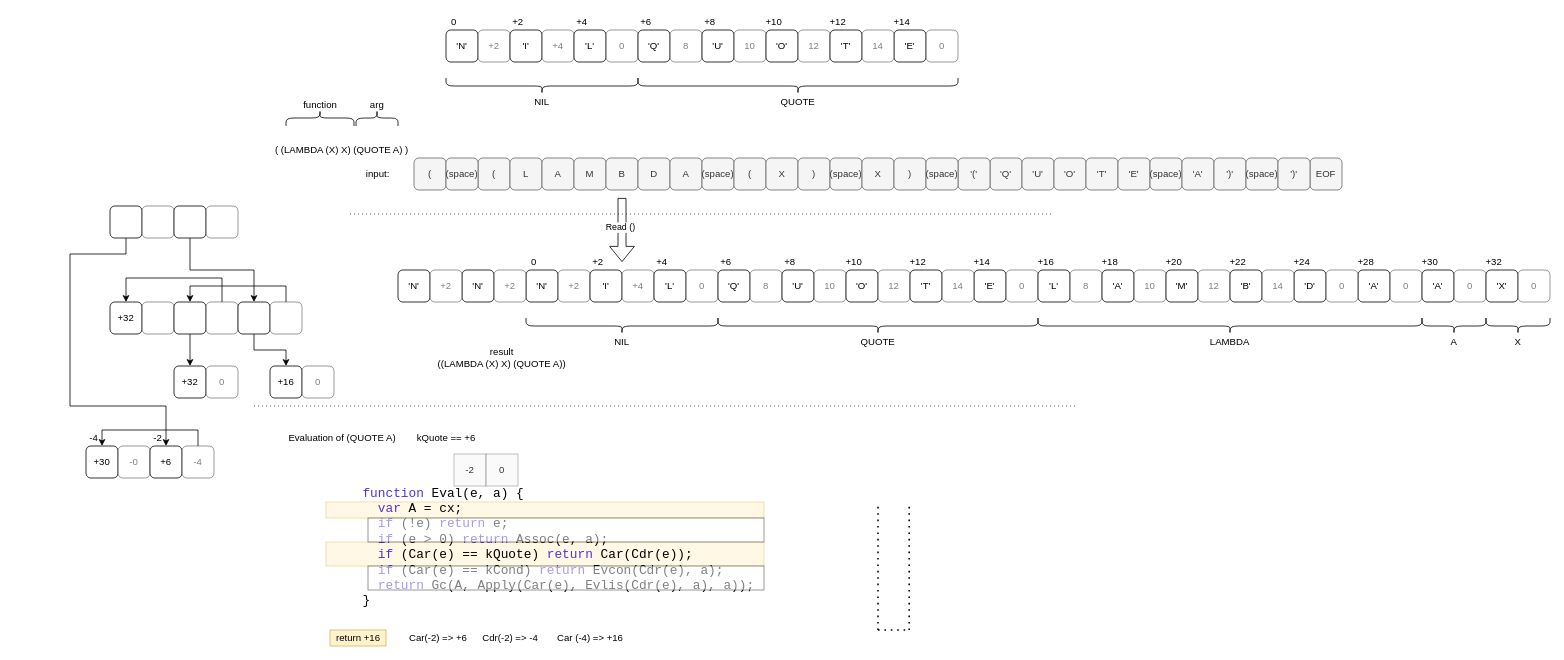
This is page "dep trace 2" (5 of 10) of SectorLisp.drawio from guitarvydas/ptsectorlisp, a draw.io file, before an edit. Source tidied: cells renumbered, new cells numbered last; positions are measured from the earlier drawing's top-left corner, leaving out a move shared by most shapes. Both pictures are drawn from the tidied source at 80%, with x=0, y=0 at pixel (70, -74).
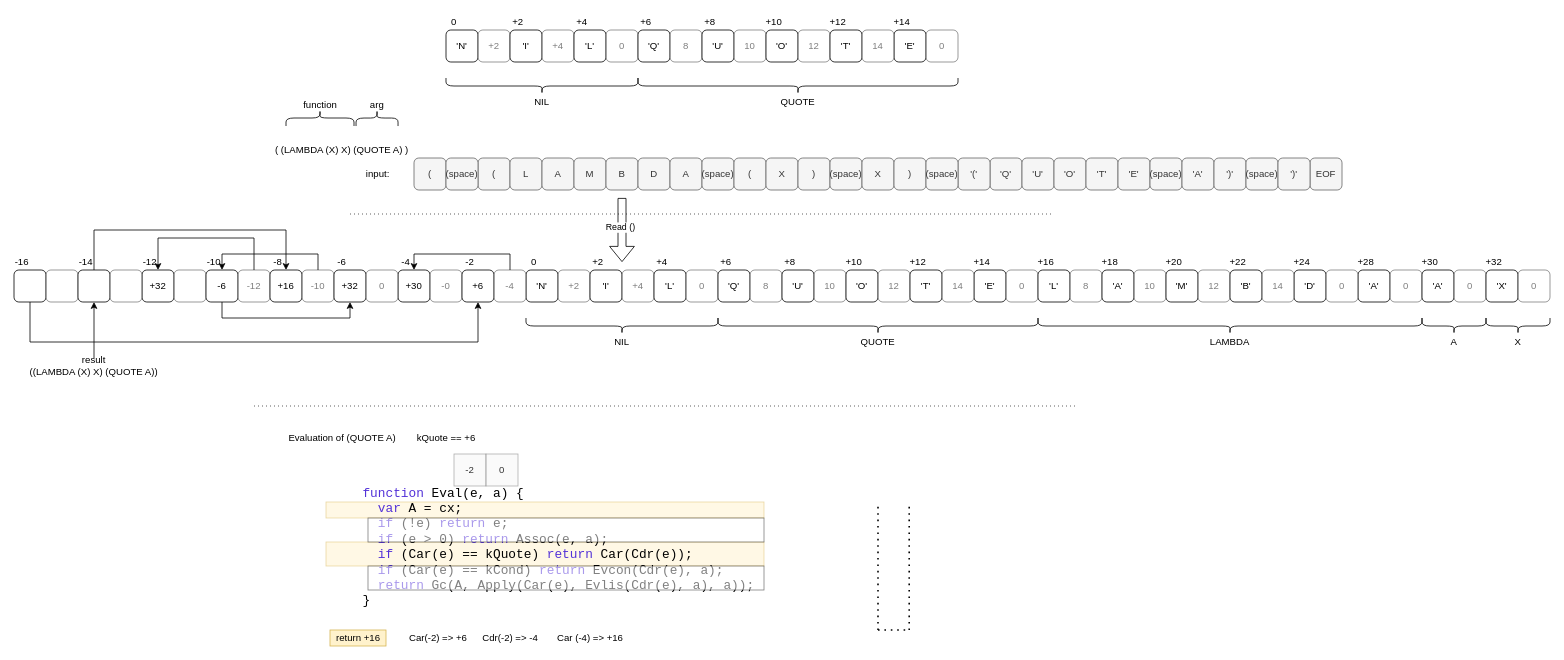
The same diagram, later.

What changed in the source:
```diff
@@
     <mxCell id="56" value="+30" style="rounded=1;whiteSpace=wrap;html=1;shadow=0;" parent="1" vertex="1">
-      <mxGeometry x="20" y="650" width="40" height="40" as="geometry" />
+      <mxGeometry x="410" y="430" width="40" height="40" as="geometry" />
     </mxCell>
     <mxCell id="57" value="-0" style="rounded=1;whiteSpace=wrap;html=1;shadow=0;textOpacity=50;opacity=50;" parent="1" vertex="1">
-      <mxGeometry x="60" y="650" width="40" height="40" as="geometry" />
+      <mxGeometry x="450" y="430" width="40" height="40" as="geometry" />
     </mxCell>
@@
     <mxCell id="60" value="+6" style="rounded=1;whiteSpace=wrap;html=1;shadow=0;" parent="1" vertex="1">
-      <mxGeometry x="100" y="650" width="40" height="40" as="geometry" />
+      <mxGeometry x="490" y="430" width="40" height="40" as="geometry" />
     </mxCell>
@@
     <mxCell id="62" value="-4" style="rounded=1;whiteSpace=wrap;html=1;shadow=0;textOpacity=50;opacity=50;" parent="1" vertex="1">
-      <mxGeometry x="140" y="650" width="40" height="40" as="geometry" />
+      <mxGeometry x="530" y="430" width="40" height="40" as="geometry" />
     </mxCell>
@@
+    <mxCell id="175" style="edgeStyle=orthogonalEdgeStyle;rounded=0;jettySize=auto;html=1;entryX=0.5;entryY=1;entryDx=0;entryDy=0;" parent="1" edge="1" source="67" target="173">
+      <mxGeometry relative="1" as="geometry" />
+    </mxCell>
     <mxCell id="67" value="result&lt;br&gt;((LAMBDA (X) X) (QUOTE A))" style="text;html=1;strokeColor=none;fillColor=none;align=center;verticalAlign=middle;whiteSpace=wrap;rounded=0;shadow=0;" parent="1" vertex="1">
-      <mxGeometry x="450" y="530" width="180" height="20" as="geometry" />
+      <mxGeometry x="-60" y="540" width="180" height="20" as="geometry" />
     </mxCell>
@@
     <mxCell id="94" value="-2" style="text;html=1;strokeColor=none;fillColor=none;align=center;verticalAlign=middle;whiteSpace=wrap;rounded=0;shadow=0;" parent="1" vertex="1">
-      <mxGeometry x="100" y="630" width="20" height="20" as="geometry" />
+      <mxGeometry x="490" y="410" width="20" height="20" as="geometry" />
     </mxCell>
     <mxCell id="95" value="-4" style="text;html=1;strokeColor=none;fillColor=none;align=center;verticalAlign=middle;whiteSpace=wrap;rounded=0;shadow=0;" parent="1" vertex="1">
-      <mxGeometry x="20" y="630" width="20" height="20" as="geometry" />
+      <mxGeometry x="410" y="410" width="20" height="20" as="geometry" />
     </mxCell>
@@
-    <mxCell id="146" value="'N'" style="rounded=1;whiteSpace=wrap;html=1;shadow=0;" parent="1" vertex="1">
-      <mxGeometry x="490" y="430" width="40" height="40" as="geometry" />
-    </mxCell>
-    <mxCell id="147" value="+2" style="rounded=1;whiteSpace=wrap;html=1;shadow=0;textOpacity=50;opacity=50;" parent="1" vertex="1">
-      <mxGeometry x="530" y="430" width="40" height="40" as="geometry" />
-    </mxCell>
-    <mxCell id="148" value="'N'" style="rounded=1;whiteSpace=wrap;html=1;shadow=0;" parent="1" vertex="1">
-      <mxGeometry x="410" y="430" width="40" height="40" as="geometry" />
-    </mxCell>
-    <mxCell id="149" value="+2" style="rounded=1;whiteSpace=wrap;html=1;shadow=0;textOpacity=50;opacity=50;" parent="1" vertex="1">
-      <mxGeometry x="450" y="430" width="40" height="40" as="geometry" />
-    </mxCell>
     <mxCell id="150" value="+32" style="rounded=1;whiteSpace=wrap;html=1;shadow=0;" parent="1" vertex="1">
-      <mxGeometry x="50" y="470" width="40" height="40" as="geometry" />
+      <mxGeometry x="90" y="430" width="40" height="40" as="geometry" />
     </mxCell>
     <mxCell id="151" style="rounded=1;whiteSpace=wrap;html=1;shadow=0;textOpacity=50;opacity=50;" parent="1" vertex="1">
-      <mxGeometry x="90" y="470" width="40" height="40" as="geometry" />
+      <mxGeometry x="130" y="430" width="40" height="40" as="geometry" />
     </mxCell>
-    <mxCell id="152" style="edgeStyle=orthogonalEdgeStyle;rounded=0;jettySize=auto;html=1;exitX=0.5;exitY=1;exitDx=0;exitDy=0;entryX=0.5;entryY=0;entryDx=0;entryDy=0;" parent="1" edge="1" source="153" target="165">
-      <mxGeometry relative="1" as="geometry" />
+    <mxCell id="152" style="edgeStyle=orthogonalEdgeStyle;rounded=0;jettySize=auto;html=1;exitX=0.5;exitY=1;exitDx=0;exitDy=0;entryX=0.5;entryY=1;entryDx=0;entryDy=0;" parent="1" edge="1" source="153" target="165">
+      <mxGeometry relative="1" as="geometry">
+        <Array as="points">
+          <mxPoint x="190" y="490" />
+          <mxPoint x="350" y="490" />
+        </Array>
+      </mxGeometry>
     </mxCell>
-    <mxCell id="153" style="rounded=1;whiteSpace=wrap;html=1;shadow=0;" parent="1" vertex="1">
-      <mxGeometry x="130" y="470" width="40" height="40" as="geometry" />
+    <mxCell id="153" value="-6" style="rounded=1;whiteSpace=wrap;html=1;shadow=0;" parent="1" vertex="1">
+      <mxGeometry x="170" y="430" width="40" height="40" as="geometry" />
     </mxCell>
     <mxCell id="154" style="edgeStyle=orthogonalEdgeStyle;rounded=0;jettySize=auto;html=1;exitX=0.5;exitY=0;exitDx=0;exitDy=0;entryX=0.5;entryY=0;entryDx=0;entryDy=0;" parent="1" edge="1" source="155" target="150">
       <mxGeometry relative="1" as="geometry">
         <Array as="points">
-          <mxPoint x="190" y="440" />
-          <mxPoint x="70" y="440" />
+          <mxPoint x="230" y="390" />
+          <mxPoint x="110" y="390" />
         </Array>
       </mxGeometry>
     </mxCell>
-    <mxCell id="155" style="rounded=1;whiteSpace=wrap;html=1;shadow=0;textOpacity=50;opacity=50;" parent="1" vertex="1">
-      <mxGeometry x="170" y="470" width="40" height="40" as="geometry" />
+    <mxCell id="155" value="-12" style="rounded=1;whiteSpace=wrap;html=1;shadow=0;textOpacity=50;opacity=50;" parent="1" vertex="1">
+      <mxGeometry x="210" y="430" width="40" height="40" as="geometry" />
     </mxCell>
-    <mxCell id="156" style="edgeStyle=orthogonalEdgeStyle;rounded=0;jettySize=auto;html=1;exitX=0.5;exitY=1;exitDx=0;exitDy=0;entryX=0.5;entryY=0;entryDx=0;entryDy=0;" parent="1" edge="1" source="157" target="167">
-      <mxGeometry relative="1" as="geometry" />
-    </mxCell>
-    <mxCell id="157" style="rounded=1;whiteSpace=wrap;html=1;shadow=0;" parent="1" vertex="1">
-      <mxGeometry x="210" y="470" width="40" height="40" as="geometry" />
+    <mxCell id="157" value="+16" style="rounded=1;whiteSpace=wrap;html=1;shadow=0;" parent="1" vertex="1">
+      <mxGeometry x="250" y="430" width="40" height="40" as="geometry" />
     </mxCell>
@@
-    <mxCell id="159" style="rounded=1;whiteSpace=wrap;html=1;shadow=0;textOpacity=50;opacity=50;" parent="1" vertex="1">
-      <mxGeometry x="250" y="470" width="40" height="40" as="geometry" />
+    <mxCell id="159" value="-10" style="rounded=1;whiteSpace=wrap;html=1;shadow=0;textOpacity=50;opacity=50;" parent="1" vertex="1">
+      <mxGeometry x="290" y="430" width="40" height="40" as="geometry" />
     </mxCell>
@@
     <mxCell id="165" value="+32" style="rounded=1;whiteSpace=wrap;html=1;shadow=0;" parent="1" vertex="1">
-      <mxGeometry x="130" y="550" width="40" height="40" as="geometry" />
+      <mxGeometry x="330" y="430" width="40" height="40" as="geometry" />
     </mxCell>
     <mxCell id="166" value="0" style="rounded=1;whiteSpace=wrap;html=1;shadow=0;textOpacity=50;opacity=50;" parent="1" vertex="1">
-      <mxGeometry x="170" y="550" width="40" height="40" as="geometry" />
+      <mxGeometry x="370" y="430" width="40" height="40" as="geometry" />
     </mxCell>
-    <mxCell id="167" value="+16" style="rounded=1;whiteSpace=wrap;html=1;shadow=0;" parent="1" vertex="1">
-      <mxGeometry x="250" y="550" width="40" height="40" as="geometry" />
-    </mxCell>
-    <mxCell id="168" value="0" style="rounded=1;whiteSpace=wrap;html=1;shadow=0;textOpacity=50;opacity=50;" parent="1" vertex="1">
-      <mxGeometry x="290" y="550" width="40" height="40" as="geometry" />
-    </mxCell>
-    <mxCell id="169" style="edgeStyle=orthogonalEdgeStyle;rounded=0;jettySize=auto;html=1;exitX=0.5;exitY=1;exitDx=0;exitDy=0;" parent="1" edge="1" source="170" target="60">
+    <mxCell id="169" style="edgeStyle=orthogonalEdgeStyle;rounded=0;jettySize=auto;html=1;entryX=0.5;entryY=1;entryDx=0;entryDy=0;" parent="1" edge="1" source="170" target="60">
       <mxGeometry relative="1" as="geometry">
         <Array as="points">
-          <mxPoint x="70" y="410" />
-          <mxPoint y="410" />
-          <mxPoint y="600" />
-          <mxPoint x="120" y="600" />
+          <mxPoint x="-50" y="520" />
+          <mxPoint x="510" y="520" />
         </Array>
       </mxGeometry>
     </mxCell>
     <mxCell id="170" style="rounded=1;whiteSpace=wrap;html=1;shadow=0;" parent="1" vertex="1">
-      <mxGeometry x="50" y="350" width="40" height="40" as="geometry" />
+      <mxGeometry x="-70" y="430" width="40" height="40" as="geometry" />
     </mxCell>
     <mxCell id="171" style="rounded=1;whiteSpace=wrap;html=1;shadow=0;textOpacity=50;opacity=50;" parent="1" vertex="1">
-      <mxGeometry x="90" y="350" width="40" height="40" as="geometry" />
+      <mxGeometry x="-30" y="430" width="40" height="40" as="geometry" />
     </mxCell>
-    <mxCell id="172" style="edgeStyle=orthogonalEdgeStyle;rounded=0;jettySize=auto;html=1;exitX=0.5;exitY=1;exitDx=0;exitDy=0;entryX=0.5;entryY=0;entryDx=0;entryDy=0;" parent="1" edge="1" source="173" target="157">
-      <mxGeometry relative="1" as="geometry" />
+    <mxCell id="172" style="edgeStyle=orthogonalEdgeStyle;rounded=0;jettySize=auto;html=1;entryX=0.5;entryY=0;entryDx=0;entryDy=0;" parent="1" edge="1" source="173" target="157">
+      <mxGeometry relative="1" as="geometry">
+        <Array as="points">
+          <mxPoint x="30" y="380" />
+          <mxPoint x="270" y="380" />
+        </Array>
+      </mxGeometry>
     </mxCell>
     <mxCell id="173" style="rounded=1;whiteSpace=wrap;html=1;shadow=0;" parent="1" vertex="1">
-      <mxGeometry x="130" y="350" width="40" height="40" as="geometry" />
+      <mxGeometry x="10" y="430" width="40" height="40" as="geometry" />
     </mxCell>
     <mxCell id="174" style="rounded=1;whiteSpace=wrap;html=1;shadow=0;textOpacity=50;opacity=50;" parent="1" vertex="1">
-      <mxGeometry x="170" y="350" width="40" height="40" as="geometry" />
+      <mxGeometry x="50" y="430" width="40" height="40" as="geometry" />
     </mxCell>
+    <mxCell id="176" value="-6" style="text;html=1;strokeColor=none;fillColor=none;align=center;verticalAlign=middle;whiteSpace=wrap;rounded=0;shadow=0;" parent="1" vertex="1">
+      <mxGeometry x="330" y="410" width="20" height="20" as="geometry" />
+    </mxCell>
+    <mxCell id="177" value="-8" style="text;html=1;strokeColor=none;fillColor=none;align=center;verticalAlign=middle;whiteSpace=wrap;rounded=0;shadow=0;" parent="1" vertex="1">
+      <mxGeometry x="250" y="410" width="20" height="20" as="geometry" />
+    </mxCell>
+    <mxCell id="178" value="-10" style="text;html=1;strokeColor=none;fillColor=none;align=center;verticalAlign=middle;whiteSpace=wrap;rounded=0;shadow=0;" parent="1" vertex="1">
+      <mxGeometry x="170" y="410" width="20" height="20" as="geometry" />
+    </mxCell>
+    <mxCell id="179" value="-12" style="text;html=1;strokeColor=none;fillColor=none;align=center;verticalAlign=middle;whiteSpace=wrap;rounded=0;shadow=0;" parent="1" vertex="1">
+      <mxGeometry x="90" y="410" width="20" height="20" as="geometry" />
+    </mxCell>
+    <mxCell id="180" value="-16" style="text;html=1;strokeColor=none;fillColor=none;align=center;verticalAlign=middle;whiteSpace=wrap;rounded=0;shadow=0;" parent="1" vertex="1">
+      <mxGeometry x="-70" y="410" width="20" height="20" as="geometry" />
+    </mxCell>
+    <mxCell id="181" value="-14" style="text;html=1;strokeColor=none;fillColor=none;align=center;verticalAlign=middle;whiteSpace=wrap;rounded=0;shadow=0;" parent="1" vertex="1">
+      <mxGeometry x="10" y="410" width="20" height="20" as="geometry" />
+    </mxCell>
```
